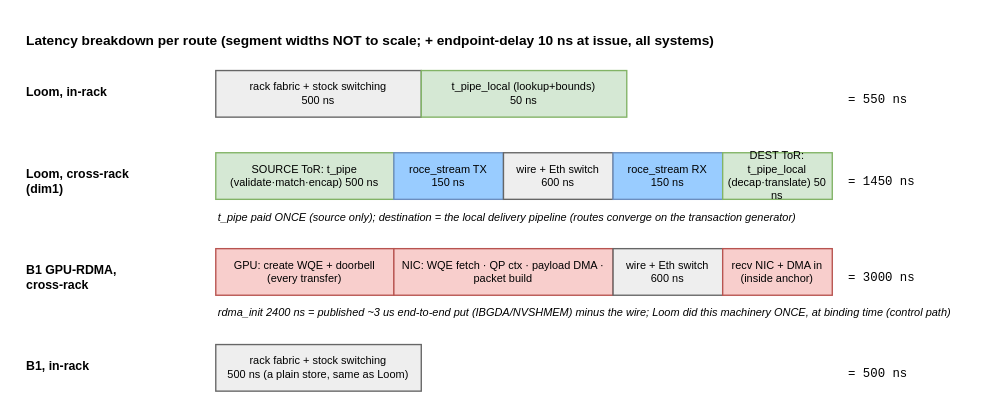
The draw.io diagram examples/loom/figures/loom-latency-breakdown.drawio.xml in harshanavkis/astra-sim, before the edit. Source tidied: cells renumbered, new cells numbered last; positions are measured from the earlier drawing's top-left corner, leaving out a move shared by most shapes. Both pictures are drawn from the tidied source at 137%, with x=0, y=0 at pixel (23, 23).
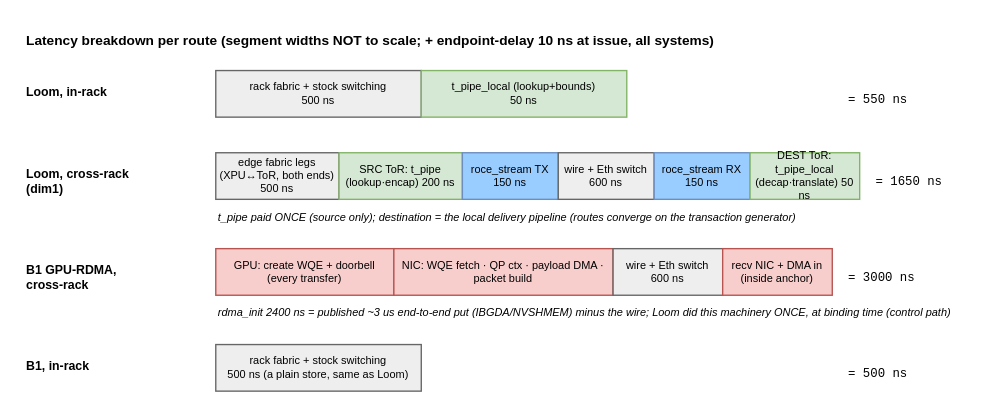
Above is the later version.

Commit message (it also covers changes not shown here):
loom: D11 edge fabric legs + D12 ASIC-class t_pipe (user-identified)

Diff of the diagram source:
```diff
@@
-    <mxCell id="8" value="SOURCE ToR: t_pipe&#10;(validate·match·encap) 500 ns" style="rounded=0;whiteSpace=wrap;html=1;fillColor=#d5e8d4;strokeColor=#82b366;fontSize=8;" parent="1" vertex="1">
-      <mxGeometry x="140" y="94" width="130" height="34" as="geometry" />
+    <mxCell id="8" value="edge fabric legs&#10;(XPU↔ToR, both ends) 500 ns" style="rounded=0;whiteSpace=wrap;html=1;fillColor=#eeeeee;strokeColor=#666666;fontSize=8;" parent="1" vertex="1">
+      <mxGeometry x="140" y="94" width="90" height="34" as="geometry" />
     </mxCell>
+    <mxCell id="25" value="SRC ToR: t_pipe&#10;(lookup·encap) 200 ns" style="rounded=0;whiteSpace=wrap;html=1;fillColor=#d5e8d4;strokeColor=#82b366;fontSize=8;" parent="1" vertex="1">
+      <mxGeometry x="230" y="94" width="90" height="34" as="geometry" />
+    </mxCell>
     <mxCell id="9" value="roce_stream TX&#10;150 ns" style="rounded=0;whiteSpace=wrap;html=1;fillColor=#99CCFF;strokeColor=#6c8ebf;fontSize=8;" parent="1" vertex="1">
-      <mxGeometry x="270" y="94" width="80" height="34" as="geometry" />
+      <mxGeometry x="320" y="94" width="70" height="34" as="geometry" />
     </mxCell>
     <mxCell id="10" value="wire + Eth switch&#10;600 ns" style="rounded=0;whiteSpace=wrap;html=1;fillColor=#eeeeee;strokeColor=#666666;fontSize=8;" parent="1" vertex="1">
-      <mxGeometry x="350" y="94" width="80" height="34" as="geometry" />
+      <mxGeometry x="390" y="94" width="70" height="34" as="geometry" />
     </mxCell>
     <mxCell id="11" value="roce_stream RX&#10;150 ns" style="rounded=0;whiteSpace=wrap;html=1;fillColor=#99CCFF;strokeColor=#6c8ebf;fontSize=8;" parent="1" vertex="1">
-      <mxGeometry x="430" y="94" width="80" height="34" as="geometry" />
+      <mxGeometry x="460" y="94" width="70" height="34" as="geometry" />
     </mxCell>
     <mxCell id="12" value="DEST ToR: t_pipe_local&#10;(decap·translate) 50 ns" style="rounded=0;whiteSpace=wrap;html=1;fillColor=#d5e8d4;strokeColor=#82b366;fontSize=8;" parent="1" vertex="1">
-      <mxGeometry x="510" y="94" width="80" height="34" as="geometry" />
+      <mxGeometry x="530" y="94" width="80" height="34" as="geometry" />
     </mxCell>
-    <mxCell id="13" value="= 1450 ns" style="text;html=1;strokeColor=none;fillColor=none;fontSize=9;align=left;fontFamily=Courier;" parent="1" vertex="1">
-      <mxGeometry x="600" y="104" width="80" height="14" as="geometry" />
+    <mxCell id="13" value="= 1650 ns" style="text;html=1;strokeColor=none;fillColor=none;fontSize=9;align=left;fontFamily=Courier;" parent="1" vertex="1">
+      <mxGeometry x="620" y="104" width="80" height="14" as="geometry" />
     </mxCell>
```
